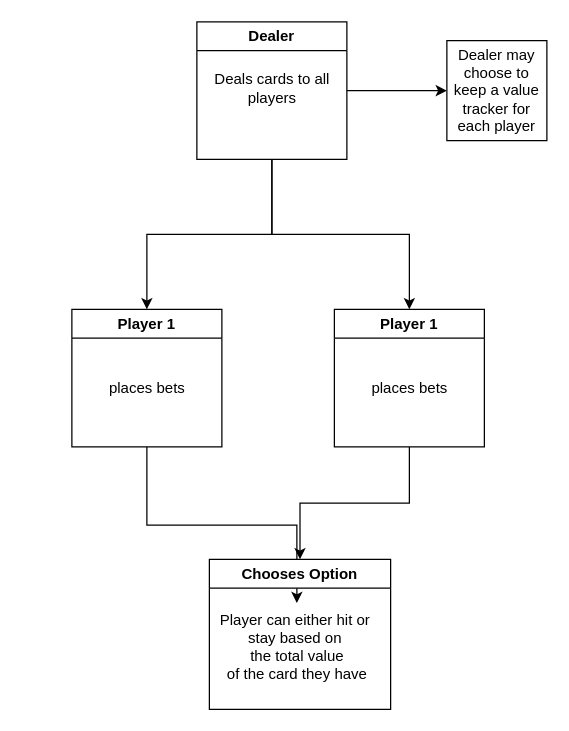
Above: Untitled Diagram.drawio in rajathmCMU/f23-lab04 (draw.io), before the change. Source tidied: cells renumbered, new cells numbered last; positions are measured from the earlier drawing's top-left corner, leaving out a move shared by most shapes. Both pictures are drawn from the tidied source at 125%, with x=0, y=0 at pixel (71, 21).
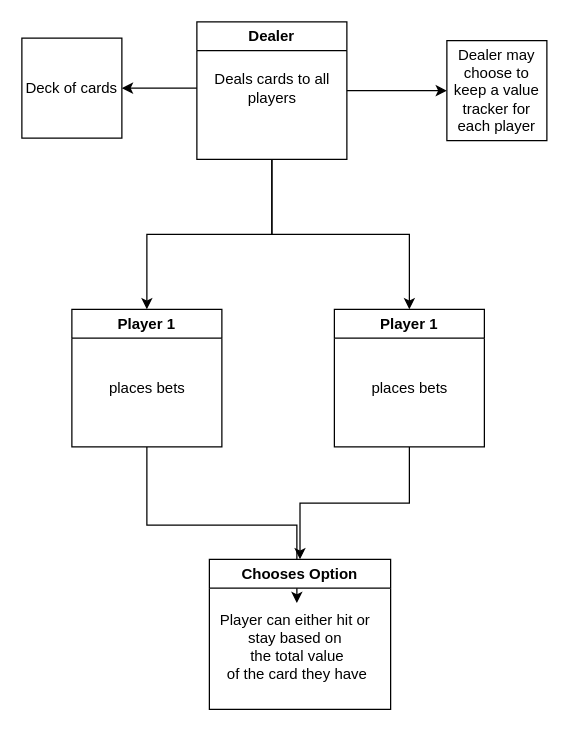
The same page after the edit.

Diff of the diagram source:
```diff
@@
 <mxGraphModel>
   <root>
     <mxCell id="0" />
     <mxCell id="1" parent="0" />
     <mxCell id="2" style="edgeStyle=orthogonalEdgeStyle;rounded=0;jettySize=auto;html=1;" parent="1" edge="1" source="3" target="9">
       <mxGeometry relative="1" as="geometry" />
     </mxCell>
     <mxCell id="3" value="Player 1" style="swimlane;whiteSpace=wrap;html=1;" parent="1" vertex="1">
       <mxGeometry y="230" width="120" height="110" as="geometry" />
     </mxCell>
     <mxCell id="4" style="edgeStyle=orthogonalEdgeStyle;rounded=0;jettySize=auto;html=1;entryX=0.5;entryY=0;entryDx=0;entryDy=0;" parent="1" edge="1" source="7" target="3">
       <mxGeometry relative="1" as="geometry" />
     </mxCell>
     <mxCell id="5" style="edgeStyle=orthogonalEdgeStyle;rounded=0;jettySize=auto;html=1;" parent="1" edge="1" source="7" target="11">
       <mxGeometry relative="1" as="geometry" />
     </mxCell>
     <mxCell id="6" style="edgeStyle=orthogonalEdgeStyle;rounded=0;jettySize=auto;html=1;entryX=0;entryY=0.5;entryDx=0;entryDy=0;" parent="1" edge="1" source="7" target="13">
       <mxGeometry relative="1" as="geometry" />
     </mxCell>
     <mxCell id="7" value="Dealer" style="swimlane;whiteSpace=wrap;html=1;" parent="1" vertex="1">
       <mxGeometry x="100" width="120" height="110" as="geometry" />
     </mxCell>
     <mxCell id="8" value="Chooses Option" style="swimlane;whiteSpace=wrap;html=1;" parent="1" vertex="1">
       <mxGeometry x="110" y="430" width="145" height="120" as="geometry" />
     </mxCell>
     <mxCell id="9" value="&lt;div&gt;Player can either hit or&amp;nbsp;&lt;/div&gt;&lt;div&gt;stay based on&amp;nbsp;&lt;/div&gt;&lt;div&gt;the total value &lt;br&gt;&lt;/div&gt;of the card they have" style="text;html=1;align=center;verticalAlign=middle;points=[];strokeColor=none;fillColor=none;" parent="8" vertex="1">
       <mxGeometry x="-5" y="35" width="150" height="70" as="geometry" />
     </mxCell>
     <mxCell id="10" style="edgeStyle=orthogonalEdgeStyle;rounded=0;jettySize=auto;html=1;" parent="1" edge="1" source="11" target="8">
       <mxGeometry relative="1" as="geometry" />
     </mxCell>
     <mxCell id="11" value="Player 1" style="swimlane;whiteSpace=wrap;html=1;" parent="1" vertex="1">
       <mxGeometry x="210" y="230" width="120" height="110" as="geometry" />
     </mxCell>
     <mxCell id="12" value="places bets" style="text;html=1;align=center;verticalAlign=middle;strokeColor=none;fillColor=none;" parent="11" vertex="1">
       <mxGeometry x="20" y="48" width="80" height="30" as="geometry" />
     </mxCell>
     <mxCell id="13" value="Dealer may choose to keep a value tracker for each player" style="whiteSpace=wrap;html=1;" parent="1" vertex="1">
       <mxGeometry x="300" y="15" width="80" height="80" as="geometry" />
     </mxCell>
+    <mxCell id="16" style="edgeStyle=orthogonalEdgeStyle;rounded=0;jettySize=auto;html=1;" parent="1" edge="1" source="14" target="17">
+      <mxGeometry relative="1" as="geometry" />
+    </mxCell>
     <mxCell id="14" value="&lt;div&gt;Deals cards to all&lt;/div&gt;&lt;div&gt;players&lt;/div&gt;" style="text;html=1;align=center;verticalAlign=middle;points=[];strokeColor=none;fillColor=none;" parent="1" vertex="1">
       <mxGeometry x="100" y="33" width="120" height="40" as="geometry" />
     </mxCell>
     <mxCell id="15" value="places bets" style="text;html=1;align=center;verticalAlign=middle;strokeColor=none;fillColor=none;" parent="1" vertex="1">
       <mxGeometry x="20" y="278" width="80" height="30" as="geometry" />
     </mxCell>
+    <mxCell id="17" value="&lt;div&gt;Deck of cards&lt;/div&gt;" style="whiteSpace=wrap;html=1;" parent="1" vertex="1">
+      <mxGeometry x="-40" y="13" width="80" height="80" as="geometry" />
+    </mxCell>
   </root>
 </mxGraphModel>
```
